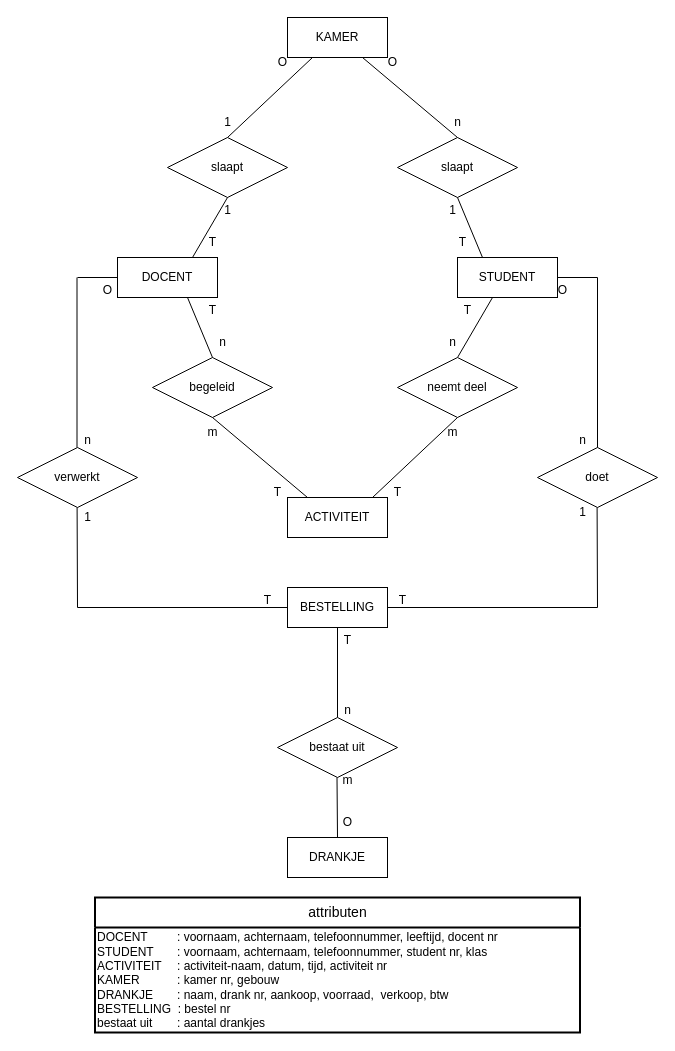
Before: ERD project.drawio in Thomas01v/ProjectDatabases, a draw.io diagram. Source tidied: cells renumbered, new cells numbered last; positions are measured from the earlier drawing's top-left corner, leaving out a move shared by most shapes. Both pictures are drawn from the tidied source at 100%, with x=0, y=0 at pixel (17, 17).
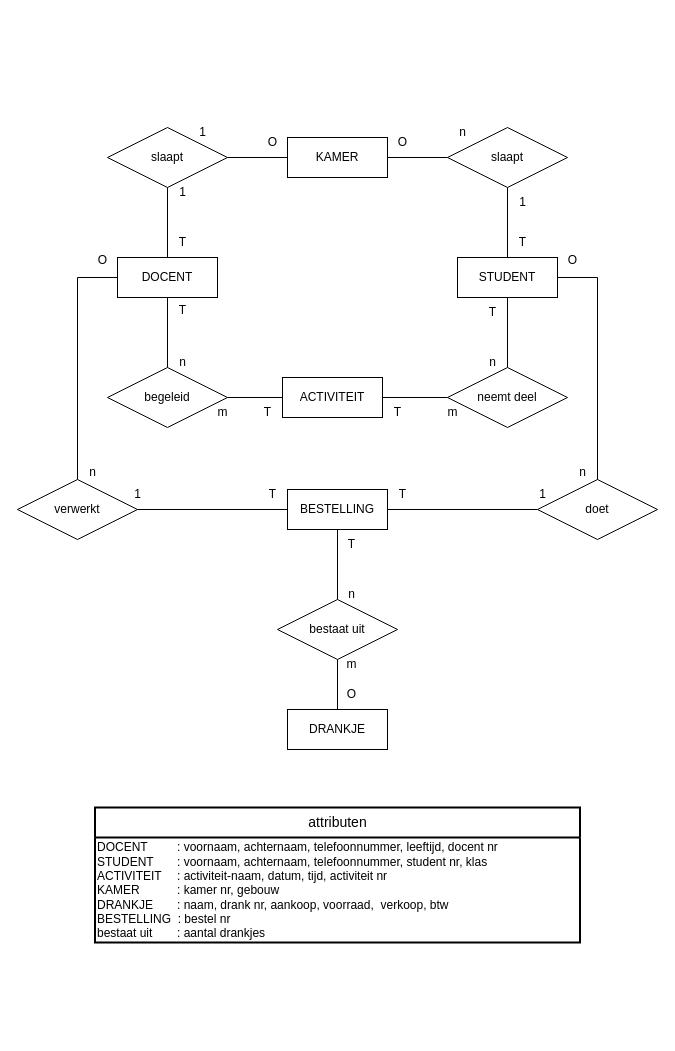
Above is the later version.

Commit message:
ERD diagram opgeschoond

The change refers to these unchanged cells:
```xml
<mxCell id="2" value="DOCENT" style="whiteSpace=wrap;html=1;align=center;" parent="1" vertex="1">
  <mxGeometry x="100" y="240" width="100" height="40" as="geometry" />
</mxCell>
<mxCell id="4" value="STUDENT" style="whiteSpace=wrap;html=1;align=center;" parent="1" vertex="1">
  <mxGeometry x="440" y="240" width="100" height="40" as="geometry" />
</mxCell>
```

What changed in the source:
```diff
@@
     <mxCell id="3" value="KAMER" style="whiteSpace=wrap;html=1;align=center;" parent="1" vertex="1">
-      <mxGeometry x="270" width="100" height="40" as="geometry" />
+      <mxGeometry x="270" y="120" width="100" height="40" as="geometry" />
     </mxCell>
@@
     <mxCell id="5" value="slaapt" style="shape=rhombus;perimeter=rhombusPerimeter;whiteSpace=wrap;html=1;align=center;" parent="1" vertex="1">
-      <mxGeometry x="150" y="120" width="120" height="60" as="geometry" />
+      <mxGeometry x="90" y="110" width="120" height="60" as="geometry" />
     </mxCell>
     <mxCell id="6" value="slaapt" style="shape=rhombus;perimeter=rhombusPerimeter;whiteSpace=wrap;html=1;align=center;" parent="1" vertex="1">
-      <mxGeometry x="380" y="120" width="120" height="60" as="geometry" />
+      <mxGeometry x="430" y="110" width="120" height="60" as="geometry" />
     </mxCell>
-    <mxCell id="7" style="endArrow=none;html=1;rounded=0;entryX=0.5;entryY=0;entryDx=0;entryDy=0;exitX=0.25;exitY=1;exitDx=0;exitDy=0;" parent="1" edge="1" source="3" target="5">
+    <mxCell id="7" style="endArrow=none;html=1;rounded=0;entryX=1;entryY=0.5;entryDx=0;entryDy=0;exitX=0;exitY=0.5;exitDx=0;exitDy=0;" parent="1" edge="1" source="3" target="5">
       <mxGeometry relative="1" as="geometry" />
     </mxCell>
-    <mxCell id="8" style="endArrow=none;html=1;rounded=0;entryX=0.5;entryY=0;entryDx=0;entryDy=0;exitX=0.75;exitY=1;exitDx=0;exitDy=0;" parent="1" edge="1" source="3" target="6">
+    <mxCell id="8" style="endArrow=none;html=1;rounded=0;entryX=0;entryY=0.5;entryDx=0;entryDy=0;exitX=1;exitY=0.5;exitDx=0;exitDy=0;" parent="1" edge="1" source="3" target="6">
       <mxGeometry relative="1" as="geometry" />
     </mxCell>
-    <mxCell id="9" style="endArrow=none;html=1;rounded=0;exitX=0.75;exitY=0;exitDx=0;exitDy=0;" parent="1" edge="1" source="2">
-      <mxGeometry relative="1" as="geometry">
-        <mxPoint x="210" y="180" as="targetPoint" />
-      </mxGeometry>
+    <mxCell id="9" style="endArrow=none;html=1;rounded=0;exitX=0.5;exitY=0;exitDx=0;exitDy=0;entryX=0.5;entryY=1;entryDx=0;entryDy=0;" parent="1" edge="1" source="2" target="5">
+      <mxGeometry relative="1" as="geometry" />
     </mxCell>
-    <mxCell id="10" style="endArrow=none;html=1;rounded=0;entryX=0.25;entryY=0;entryDx=0;entryDy=0;exitX=0.25;exitY=1;exitDx=0;exitDy=0;" parent="1" edge="1" target="4">
-      <mxGeometry relative="1" as="geometry">
-        <mxPoint x="440" y="180" as="sourcePoint" />
-      </mxGeometry>
+    <mxCell id="10" style="endArrow=none;html=1;rounded=0;entryX=0.5;entryY=0;entryDx=0;entryDy=0;exitX=0.5;exitY=1;exitDx=0;exitDy=0;" parent="1" edge="1" source="6" target="4">
+      <mxGeometry relative="1" as="geometry" />
     </mxCell>
     <mxCell id="11" value="1" style="text;html=1;align=center;verticalAlign=middle;strokeColor=none;fillColor=none;" parent="1" vertex="1">
-      <mxGeometry x="195" y="178" width="30" height="30" as="geometry" />
+      <mxGeometry x="150" y="160" width="30" height="30" as="geometry" />
     </mxCell>
     <mxCell id="12" value="T" style="text;html=1;align=center;verticalAlign=middle;strokeColor=none;fillColor=none;" parent="1" vertex="1">
-      <mxGeometry x="180" y="210" width="30" height="30" as="geometry" />
+      <mxGeometry x="150" y="210" width="30" height="30" as="geometry" />
     </mxCell>
     <mxCell id="13" value="1" style="text;html=1;align=center;verticalAlign=middle;strokeColor=none;fillColor=none;" parent="1" vertex="1">
-      <mxGeometry x="420" y="178" width="30" height="30" as="geometry" />
+      <mxGeometry x="490" y="170" width="30" height="30" as="geometry" />
     </mxCell>
     <mxCell id="14" value="T" style="text;html=1;align=center;verticalAlign=middle;strokeColor=none;fillColor=none;" parent="1" vertex="1">
-      <mxGeometry x="430" y="210" width="30" height="30" as="geometry" />
+      <mxGeometry x="490" y="210" width="30" height="30" as="geometry" />
     </mxCell>
     <mxCell id="15" value="O" style="text;html=1;align=center;verticalAlign=middle;strokeColor=none;fillColor=none;" parent="1" vertex="1">
-      <mxGeometry x="250" y="30" width="30" height="30" as="geometry" />
+      <mxGeometry x="240" y="110" width="30" height="30" as="geometry" />
     </mxCell>
     <mxCell id="16" value="O" style="text;html=1;align=center;verticalAlign=middle;strokeColor=none;fillColor=none;" parent="1" vertex="1">
-      <mxGeometry x="360" y="30" width="30" height="30" as="geometry" />
+      <mxGeometry x="370" y="110" width="30" height="30" as="geometry" />
     </mxCell>
     <mxCell id="17" value="1" style="text;html=1;align=center;verticalAlign=middle;strokeColor=none;fillColor=none;" parent="1" vertex="1">
-      <mxGeometry x="195" y="90" width="30" height="30" as="geometry" />
+      <mxGeometry x="170" y="100" width="30" height="30" as="geometry" />
     </mxCell>
     <mxCell id="18" value="n" style="text;html=1;align=center;verticalAlign=middle;strokeColor=none;fillColor=none;" parent="1" vertex="1">
-      <mxGeometry x="425" y="90" width="30" height="30" as="geometry" />
+      <mxGeometry x="430" y="100" width="30" height="30" as="geometry" />
     </mxCell>
     <mxCell id="19" value="begeleid" style="shape=rhombus;perimeter=rhombusPerimeter;whiteSpace=wrap;html=1;align=center;" parent="1" vertex="1">
-      <mxGeometry x="135" y="340" width="120" height="60" as="geometry" />
+      <mxGeometry x="90" y="350" width="120" height="60" as="geometry" />
     </mxCell>
-    <mxCell id="20" style="endArrow=none;html=1;rounded=0;entryX=0.25;entryY=0;entryDx=0;entryDy=0;exitX=0.25;exitY=1;exitDx=0;exitDy=0;" parent="1" edge="1">
-      <mxGeometry relative="1" as="geometry">
-        <mxPoint x="170" y="280" as="sourcePoint" />
-        <mxPoint x="195" y="340" as="targetPoint" />
-      </mxGeometry>
+    <mxCell id="20" style="endArrow=none;html=1;rounded=0;entryX=0.5;entryY=0;entryDx=0;entryDy=0;exitX=0.5;exitY=1;exitDx=0;exitDy=0;" parent="1" edge="1" source="2" target="19">
+      <mxGeometry relative="1" as="geometry" />
     </mxCell>
-    <mxCell id="21" style="endArrow=none;html=1;rounded=0;exitX=0.75;exitY=0;exitDx=0;exitDy=0;" parent="1" edge="1">
-      <mxGeometry relative="1" as="geometry">
-        <mxPoint x="440" y="340" as="sourcePoint" />
-        <mxPoint x="475" y="280" as="targetPoint" />
-      </mxGeometry>
+    <mxCell id="21" style="endArrow=none;html=1;rounded=0;exitX=0.5;exitY=0;exitDx=0;exitDy=0;entryX=0.5;entryY=1;entryDx=0;entryDy=0;" parent="1" edge="1" source="22" target="4">
+      <mxGeometry relative="1" as="geometry" />
     </mxCell>
     <mxCell id="22" value="neemt deel" style="shape=rhombus;perimeter=rhombusPerimeter;whiteSpace=wrap;html=1;align=center;" parent="1" vertex="1">
-      <mxGeometry x="380" y="340" width="120" height="60" as="geometry" />
+      <mxGeometry x="430" y="350" width="120" height="60" as="geometry" />
     </mxCell>
-    <mxCell id="23" style="endArrow=none;html=1;rounded=0;entryX=0.5;entryY=0;entryDx=0;entryDy=0;exitX=0.75;exitY=1;exitDx=0;exitDy=0;" parent="1" edge="1">
-      <mxGeometry relative="1" as="geometry">
-        <mxPoint x="195" y="400" as="sourcePoint" />
-        <mxPoint x="290" y="480" as="targetPoint" />
-      </mxGeometry>
+    <mxCell id="23" style="endArrow=none;html=1;rounded=0;entryX=0;entryY=0.5;entryDx=0;entryDy=0;exitX=1;exitY=0.5;exitDx=0;exitDy=0;" parent="1" edge="1" source="19" target="25">
+      <mxGeometry relative="1" as="geometry" />
     </mxCell>
-    <mxCell id="24" style="endArrow=none;html=1;rounded=0;entryX=0.5;entryY=0;entryDx=0;entryDy=0;exitX=0.25;exitY=1;exitDx=0;exitDy=0;" parent="1" edge="1">
-      <mxGeometry relative="1" as="geometry">
-        <mxPoint x="440" y="400" as="sourcePoint" />
-        <mxPoint x="355" y="480" as="targetPoint" />
-      </mxGeometry>
+    <mxCell id="24" style="endArrow=none;html=1;rounded=0;entryX=1;entryY=0.5;entryDx=0;entryDy=0;exitX=0;exitY=0.5;exitDx=0;exitDy=0;" parent="1" edge="1" source="22" target="25">
+      <mxGeometry relative="1" as="geometry" />
     </mxCell>
     <mxCell id="25" value="ACTIVITEIT" style="whiteSpace=wrap;html=1;align=center;" parent="1" vertex="1">
-      <mxGeometry x="270" y="480" width="100" height="40" as="geometry" />
+      <mxGeometry x="265" y="360" width="100" height="40" as="geometry" />
     </mxCell>
     <mxCell id="26" value="T" style="text;html=1;align=center;verticalAlign=middle;strokeColor=none;fillColor=none;" parent="1" vertex="1">
-      <mxGeometry x="180" y="278" width="30" height="30" as="geometry" />
+      <mxGeometry x="150" y="278" width="30" height="30" as="geometry" />
     </mxCell>
     <mxCell id="27" value="n" style="text;html=1;align=center;verticalAlign=middle;strokeColor=none;fillColor=none;" parent="1" vertex="1">
-      <mxGeometry x="190" y="310" width="30" height="30" as="geometry" />
+      <mxGeometry x="150" y="330" width="30" height="30" as="geometry" />
     </mxCell>
     <mxCell id="28" value="T" style="text;html=1;align=center;verticalAlign=middle;strokeColor=none;fillColor=none;" parent="1" vertex="1">
-      <mxGeometry x="435" y="278" width="30" height="30" as="geometry" />
+      <mxGeometry x="460" y="280" width="30" height="30" as="geometry" />
     </mxCell>
     <mxCell id="29" value="n" style="text;html=1;align=center;verticalAlign=middle;strokeColor=none;fillColor=none;" parent="1" vertex="1">
-      <mxGeometry x="420" y="310" width="30" height="30" as="geometry" />
+      <mxGeometry x="460" y="330" width="30" height="30" as="geometry" />
     </mxCell>
     <mxCell id="30" value="m" style="text;html=1;align=center;verticalAlign=middle;strokeColor=none;fillColor=none;" parent="1" vertex="1">
-      <mxGeometry x="180" y="400" width="30" height="30" as="geometry" />
+      <mxGeometry x="190" y="380" width="30" height="30" as="geometry" />
     </mxCell>
     <mxCell id="31" value="T" style="text;html=1;align=center;verticalAlign=middle;strokeColor=none;fillColor=none;" parent="1" vertex="1">
-      <mxGeometry x="245" y="460" width="30" height="30" as="geometry" />
+      <mxGeometry x="235" y="380" width="30" height="30" as="geometry" />
     </mxCell>
     <mxCell id="32" value="m" style="text;html=1;align=center;verticalAlign=middle;strokeColor=none;fillColor=none;" parent="1" vertex="1">
-      <mxGeometry x="420" y="400" width="30" height="30" as="geometry" />
+      <mxGeometry x="420" y="380" width="30" height="30" as="geometry" />
     </mxCell>
     <mxCell id="33" value="T" style="text;html=1;align=center;verticalAlign=middle;strokeColor=none;fillColor=none;" parent="1" vertex="1">
-      <mxGeometry x="365" y="460" width="30" height="30" as="geometry" />
+      <mxGeometry x="365" y="380" width="30" height="30" as="geometry" />
     </mxCell>
@@
-    <mxCell id="35" style="endArrow=none;html=1;rounded=0;exitX=1;exitY=0.5;exitDx=0;exitDy=0;" parent="1" edge="1">
+    <mxCell id="35" style="endArrow=none;html=1;rounded=0;exitX=0.5;exitY=0;exitDx=0;exitDy=0;" parent="1" edge="1" source="39">
       <mxGeometry relative="1" as="geometry">
-        <mxPoint x="60" y="260" as="sourcePoint" />
         <mxPoint x="100" y="260" as="targetPoint" />
+        <Array as="points">
+          <mxPoint x="60" y="260" />
+        </Array>
       </mxGeometry>
     </mxCell>
-    <mxCell id="36" style="endArrow=none;html=1;rounded=0;" parent="1" edge="1">
-      <mxGeometry relative="1" as="geometry">
-        <mxPoint x="60" y="590" as="sourcePoint" />
-        <mxPoint x="270" y="590" as="targetPoint" />
-      </mxGeometry>
-    </mxCell>
-    <mxCell id="37" style="endArrow=none;html=1;rounded=0;" parent="1" edge="1">
-      <mxGeometry relative="1" as="geometry">
-        <mxPoint x="370" y="590" as="sourcePoint" />
-        <mxPoint x="580" y="590" as="targetPoint" />
-      </mxGeometry>
-    </mxCell>
     <mxCell id="38" value="BESTELLING" style="whiteSpace=wrap;html=1;align=center;" parent="1" vertex="1">
-      <mxGeometry x="270" y="570" width="100" height="40" as="geometry" />
+      <mxGeometry x="270" y="472" width="100" height="40" as="geometry" />
     </mxCell>
     <mxCell id="39" value="verwerkt" style="shape=rhombus;perimeter=rhombusPerimeter;whiteSpace=wrap;html=1;align=center;" parent="1" vertex="1">
-      <mxGeometry y="430" width="120" height="60" as="geometry" />
+      <mxGeometry y="462" width="120" height="60" as="geometry" />
     </mxCell>
-    <mxCell id="40" style="endArrow=none;html=1;rounded=0;" parent="1" edge="1">
-      <mxGeometry relative="1" as="geometry">
-        <mxPoint x="60" y="590" as="sourcePoint" />
-        <mxPoint x="59.6" y="490" as="targetPoint" />
-      </mxGeometry>
+    <mxCell id="40" style="endArrow=none;html=1;rounded=0;entryX=1;entryY=0.5;entryDx=0;entryDy=0;exitX=0;exitY=0.5;exitDx=0;exitDy=0;" parent="1" edge="1" source="38" target="39">
+      <mxGeometry relative="1" as="geometry" />
     </mxCell>
     <mxCell id="41" value="doet" style="shape=rhombus;perimeter=rhombusPerimeter;whiteSpace=wrap;html=1;align=center;" parent="1" vertex="1">
-      <mxGeometry x="520" y="430" width="120" height="60" as="geometry" />
+      <mxGeometry x="520" y="462" width="120" height="60" as="geometry" />
     </mxCell>
-    <mxCell id="42" style="endArrow=none;html=1;rounded=0;" parent="1" edge="1">
-      <mxGeometry relative="1" as="geometry">
-        <mxPoint x="580" y="590" as="sourcePoint" />
-        <mxPoint x="579.6" y="490" as="targetPoint" />
-      </mxGeometry>
+    <mxCell id="42" style="endArrow=none;html=1;rounded=0;entryX=0;entryY=0.5;entryDx=0;entryDy=0;exitX=1;exitY=0.5;exitDx=0;exitDy=0;" parent="1" edge="1" source="38" target="41">
+      <mxGeometry relative="1" as="geometry" />
     </mxCell>
@@
-    <mxCell id="44" style="endArrow=none;html=1;rounded=0;exitX=1;exitY=0.5;exitDx=0;exitDy=0;entryX=0.5;entryY=0;entryDx=0;entryDy=0;" parent="1" edge="1">
-      <mxGeometry relative="1" as="geometry">
-        <mxPoint x="59.5" y="260" as="sourcePoint" />
-        <mxPoint x="59.5" y="430" as="targetPoint" />
-      </mxGeometry>
-    </mxCell>
     <mxCell id="45" value="T" style="text;html=1;align=center;verticalAlign=middle;strokeColor=none;fillColor=none;" parent="1" vertex="1">
-      <mxGeometry x="235" y="568" width="30" height="30" as="geometry" />
+      <mxGeometry x="240" y="462" width="30" height="30" as="geometry" />
     </mxCell>
     <mxCell id="46" value="T" style="text;html=1;align=center;verticalAlign=middle;strokeColor=none;fillColor=none;" parent="1" vertex="1">
-      <mxGeometry x="370" y="568" width="30" height="30" as="geometry" />
+      <mxGeometry x="370" y="462" width="30" height="30" as="geometry" />
     </mxCell>
     <mxCell id="47" value="1" style="text;html=1;align=center;verticalAlign=middle;strokeColor=none;fillColor=none;" parent="1" vertex="1">
-      <mxGeometry x="55" y="485" width="30" height="30" as="geometry" />
+      <mxGeometry x="105" y="462" width="30" height="30" as="geometry" />
     </mxCell>
     <mxCell id="48" value="1" style="text;html=1;align=center;verticalAlign=middle;strokeColor=none;fillColor=none;" parent="1" vertex="1">
-      <mxGeometry x="550" y="480" width="30" height="30" as="geometry" />
+      <mxGeometry x="510" y="462" width="30" height="30" as="geometry" />
     </mxCell>
     <mxCell id="49" value="O" style="text;html=1;align=center;verticalAlign=middle;strokeColor=none;fillColor=none;" parent="1" vertex="1">
-      <mxGeometry x="75" y="258" width="30" height="30" as="geometry" />
+      <mxGeometry x="70" y="228" width="30" height="30" as="geometry" />
     </mxCell>
     <mxCell id="50" value="O" style="text;html=1;align=center;verticalAlign=middle;strokeColor=none;fillColor=none;" parent="1" vertex="1">
-      <mxGeometry x="530" y="258" width="30" height="30" as="geometry" />
+      <mxGeometry x="540" y="228" width="30" height="30" as="geometry" />
     </mxCell>
     <mxCell id="51" value="n" style="text;html=1;align=center;verticalAlign=middle;strokeColor=none;fillColor=none;" parent="1" vertex="1">
-      <mxGeometry x="55" y="408" width="30" height="30" as="geometry" />
+      <mxGeometry x="60" y="440" width="30" height="30" as="geometry" />
     </mxCell>
     <mxCell id="52" value="n" style="text;html=1;align=center;verticalAlign=middle;strokeColor=none;fillColor=none;" parent="1" vertex="1">
-      <mxGeometry x="550" y="408" width="30" height="30" as="geometry" />
+      <mxGeometry x="550" y="440" width="30" height="30" as="geometry" />
     </mxCell>
     <mxCell id="53" value="attributen" style="swimlane;horizontal=1;startSize=30;rounded=1;fontSize=14;fontStyle=0;strokeWidth=2;shadow=0;dashed=0;align=center;arcSize=0;whiteSpace=wrap;html=1;" parent="1" vertex="1">
-      <mxGeometry x="77.5" y="880" width="485" height="135" as="geometry" />
+      <mxGeometry x="77.5" y="790" width="485" height="135" as="geometry" />
     </mxCell>
@@
-    <mxCell id="55" style="endArrow=none;html=1;rounded=0;exitX=0.5;exitY=1;exitDx=0;exitDy=0;" parent="1" edge="1" source="38">
-      <mxGeometry relative="1" as="geometry">
-        <mxPoint x="320" y="700" as="targetPoint" />
-      </mxGeometry>
+    <mxCell id="55" style="endArrow=none;html=1;rounded=0;exitX=0.5;exitY=1;exitDx=0;exitDy=0;entryX=0.5;entryY=0;entryDx=0;entryDy=0;" parent="1" edge="1" source="38" target="56">
+      <mxGeometry relative="1" as="geometry" />
     </mxCell>
     <mxCell id="56" value="bestaat uit" style="shape=rhombus;perimeter=rhombusPerimeter;whiteSpace=wrap;html=1;align=center;" parent="1" vertex="1">
-      <mxGeometry x="260" y="700" width="120" height="60" as="geometry" />
+      <mxGeometry x="260" y="582" width="120" height="60" as="geometry" />
     </mxCell>
     <mxCell id="57" value="DRANKJE" style="whiteSpace=wrap;html=1;align=center;" parent="1" vertex="1">
-      <mxGeometry x="270" y="820" width="100" height="40" as="geometry" />
+      <mxGeometry x="270" y="692" width="100" height="40" as="geometry" />
     </mxCell>
-    <mxCell id="58" style="endArrow=none;html=1;rounded=0;exitX=0.5;exitY=1;exitDx=0;exitDy=0;entryX=0.5;entryY=0;entryDx=0;entryDy=0;" parent="1" edge="1" target="57">
-      <mxGeometry relative="1" as="geometry">
-        <mxPoint x="319.5" y="760" as="sourcePoint" />
-      </mxGeometry>
+    <mxCell id="58" style="endArrow=none;html=1;rounded=0;exitX=0.5;exitY=1;exitDx=0;exitDy=0;entryX=0.5;entryY=0;entryDx=0;entryDy=0;" parent="1" edge="1" source="56" target="57">
+      <mxGeometry relative="1" as="geometry" />
     </mxCell>
     <mxCell id="59" value="T" style="text;html=1;align=center;verticalAlign=middle;strokeColor=none;fillColor=none;" parent="1" vertex="1">
-      <mxGeometry x="315" y="608" width="30" height="30" as="geometry" />
+      <mxGeometry x="319" y="512" width="30" height="30" as="geometry" />
     </mxCell>
     <mxCell id="60" value="n" style="text;html=1;align=center;verticalAlign=middle;strokeColor=none;fillColor=none;" parent="1" vertex="1">
-      <mxGeometry x="315" y="678" width="30" height="30" as="geometry" />
+      <mxGeometry x="319" y="562" width="30" height="30" as="geometry" />
     </mxCell>
     <mxCell id="61" value="O" style="text;html=1;align=center;verticalAlign=middle;strokeColor=none;fillColor=none;" parent="1" vertex="1">
-      <mxGeometry x="315" y="790" width="30" height="30" as="geometry" />
+      <mxGeometry x="319" y="662" width="30" height="30" as="geometry" />
     </mxCell>
     <mxCell id="62" value="m" style="text;html=1;align=center;verticalAlign=middle;strokeColor=none;fillColor=none;" parent="1" vertex="1">
-      <mxGeometry x="315" y="748" width="30" height="30" as="geometry" />
+      <mxGeometry x="319" y="632" width="30" height="30" as="geometry" />
     </mxCell>
```
